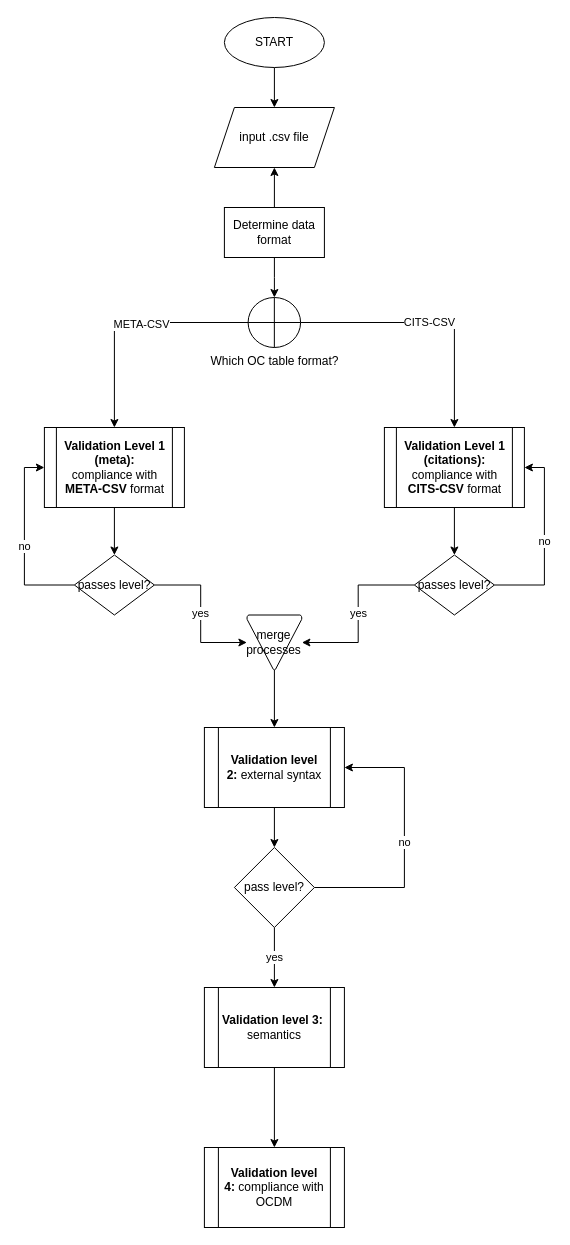
This is page "General_structure" (1 of 2) of validation_flowchart.drawio from eliarizzetto/thesis, a draw.io file, before an edit. Source tidied: cells renumbered, new cells numbered last; positions are measured from the earlier drawing's top-left corner, leaving out a move shared by most shapes. Both pictures are drawn from the tidied source at 100%, with x=0, y=0 at pixel (44, 17).
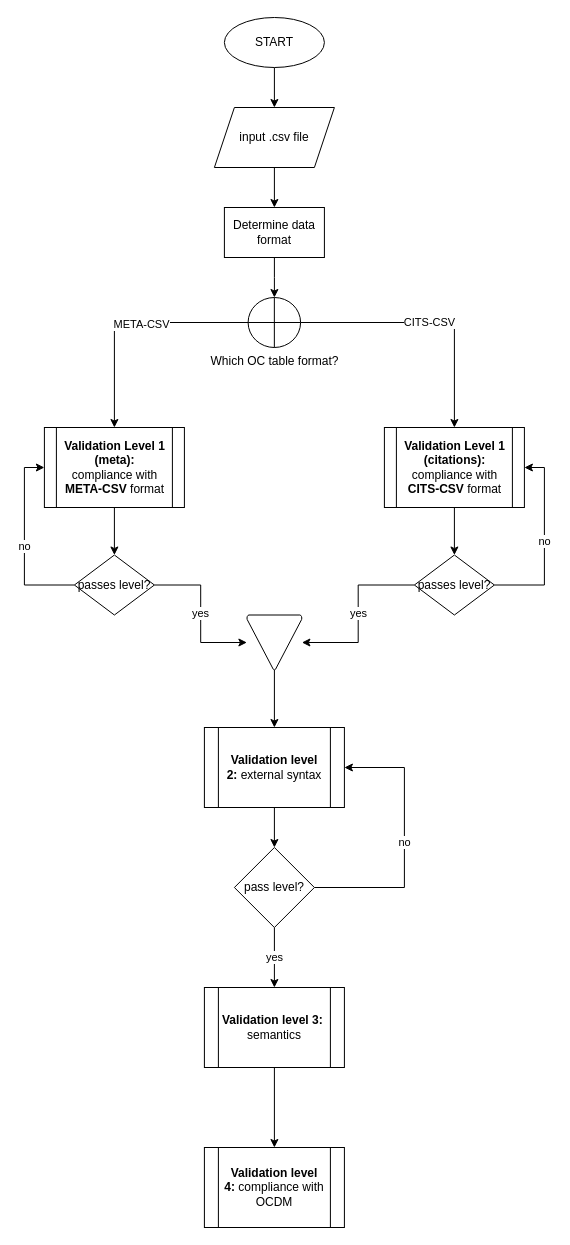
The same diagram, later.

Commit message (it also covers changes not shown here):
added old drafts to validation_process/validation; update flowchart

The change refers to these unchanged cells:
```xml
<mxCell id="5" value="input .csv file" style="shape=parallelogram;perimeter=parallelogramPerimeter;whiteSpace=wrap;html=1;fixedSize=1;" parent="1" vertex="1">
  <mxGeometry x="169.9" y="90" width="120" height="60" as="geometry" />
</mxCell>
<mxCell id="7" value="Determine data format" style="rounded=0;whiteSpace=wrap;html=1;fontFamily=Helvetica;fontSize=12;fontColor=#000000;align=center;strokeColor=#000000;fillColor=#ffffff;" parent="1" vertex="1">
  <mxGeometry x="179.9" y="190" width="100" height="50" as="geometry" />
</mxCell>
```

Change to the diagram source:
```diff
@@
-    <mxCell id="2" style="edgeStyle=orthogonalEdgeStyle;rounded=0;jettySize=auto;html=1;" parent="1" edge="1" source="7" target="5">
-      <mxGeometry relative="1" as="geometry" />
-    </mxCell>
@@
+    <mxCell id="33" style="edgeStyle=orthogonalEdgeStyle;rounded=0;jettySize=auto;html=1;" parent="1" edge="1" source="5" target="7">
+      <mxGeometry relative="1" as="geometry" />
+    </mxCell>
@@
-    <mxCell id="29" value="merge processes" style="html=1;shape=mxgraph.flowchart.merge_or_storage;whiteSpace=wrap;fontFamily=Helvetica;fontSize=12;fontColor=#000000;align=center;strokeColor=#000000;fillColor=#ffffff;rounded=0;labelPosition=center;verticalLabelPosition=middle;verticalAlign=middle;" parent="1" vertex="1">
+    <mxCell id="29" style="html=1;shape=mxgraph.flowchart.merge_or_storage;whiteSpace=wrap;fontFamily=Helvetica;fontSize=12;fontColor=#000000;align=center;strokeColor=#000000;fillColor=#ffffff;rounded=0;labelPosition=center;verticalLabelPosition=middle;verticalAlign=middle;" parent="1" vertex="1">
       <mxGeometry x="202.4" y="597.5" width="55" height="55" as="geometry" />
     </mxCell>
```
